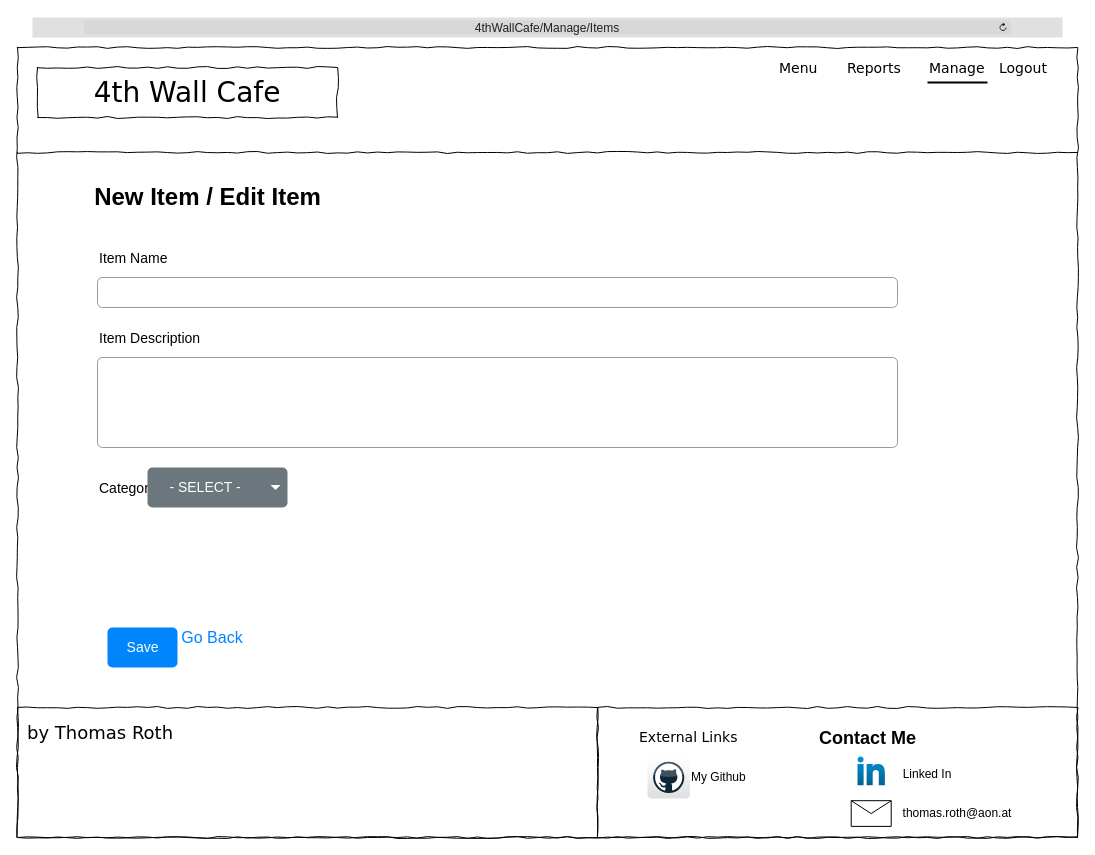
Earlier version of the draw.io diagram WF_Manage_Items_Create.drawio (TRed91/4thWallCafe). Source tidied: cells renumbered, new cells numbered last; positions are measured from the earlier drawing's top-left corner, leaving out a move shared by most shapes. Both pictures are drawn from the tidied source at 100%, with x=0, y=0 at pixel (17, 17).
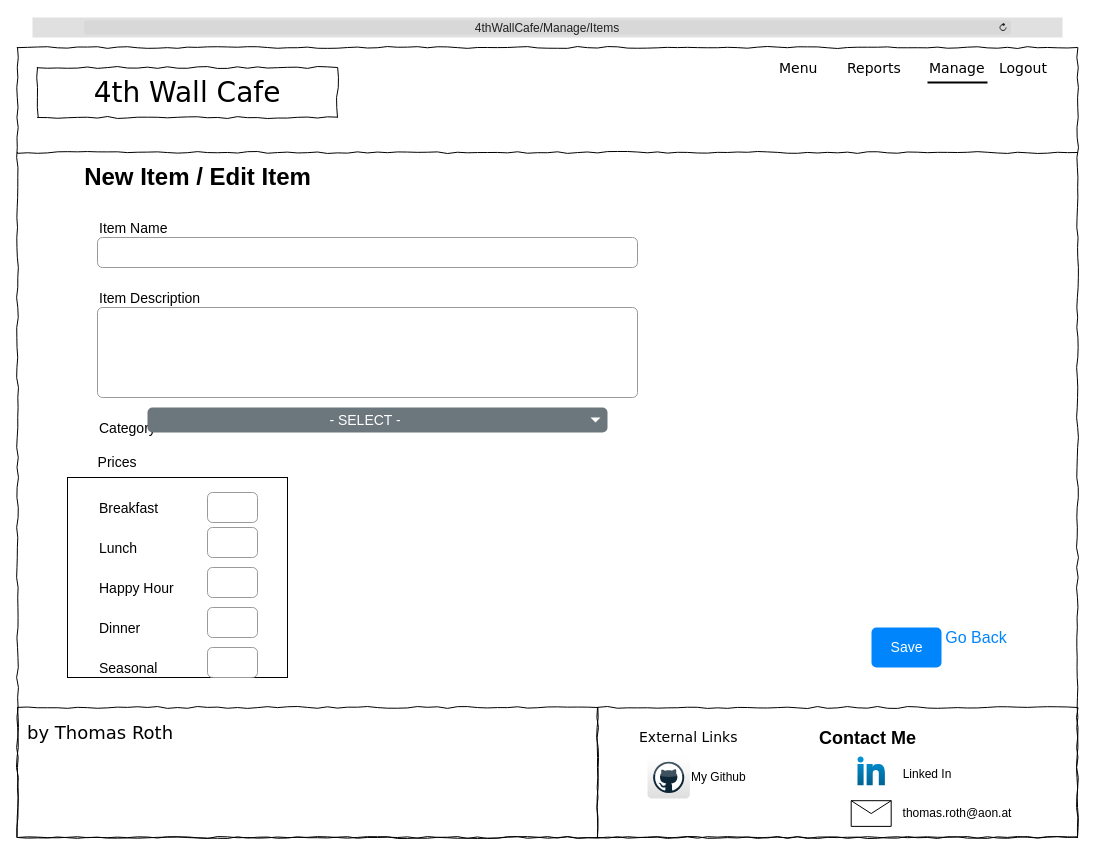
The same diagram, later.

The edit, as a diff of the source:
```diff
@@
     <mxCell id="21" value="Item Name" style="fillColor=none;strokeColor=none;align=left;fontSize=14;" parent="1" vertex="1">
       <mxGeometry width="260" height="40" relative="1" as="geometry">
-        <mxPoint x="80" y="220" as="offset" />
+        <mxPoint x="80" y="190" as="offset" />
       </mxGeometry>
     </mxCell>
     <mxCell id="22" style="html=1;shadow=0;dashed=0;shape=mxgraph.bootstrap.rrect;rSize=5;fillColor=none;strokeColor=#999999;align=left;spacing=15;fontSize=14;fontColor=#6C767D;" parent="1" vertex="1">
-      <mxGeometry width="800" height="30" relative="1" as="geometry">
-        <mxPoint x="80" y="260" as="offset" />
+      <mxGeometry width="540" height="30" relative="1" as="geometry">
+        <mxPoint x="80" y="220" as="offset" />
       </mxGeometry>
     </mxCell>
     <mxCell id="23" value="Save" style="html=1;shadow=0;dashed=0;shape=mxgraph.bootstrap.rrect;rSize=5;fillColor=#0085FC;strokeColor=none;align=center;fontSize=14;fontColor=#FFFFFF;" parent="1" vertex="1">
       <mxGeometry width="70" height="40" relative="1" as="geometry">
-        <mxPoint x="90" y="610" as="offset" />
+        <mxPoint x="854" y="610" as="offset" />
       </mxGeometry>
     </mxCell>
     <mxCell id="24" value="New Item / Edit Item" style="text;strokeColor=none;fillColor=none;html=1;fontSize=24;fontStyle=1;verticalAlign=middle;align=center;" parent="1" vertex="1">
-      <mxGeometry x="140" y="160" width="100" height="40" as="geometry" />
+      <mxGeometry x="130" y="140" width="100" height="40" as="geometry" />
     </mxCell>
     <mxCell id="25" value="Item Description" style="fillColor=none;strokeColor=none;align=left;fontSize=14;" parent="1" vertex="1">
       <mxGeometry width="260" height="40" relative="1" as="geometry">
-        <mxPoint x="80" y="300" as="offset" />
+        <mxPoint x="80" y="260" as="offset" />
       </mxGeometry>
     </mxCell>
     <mxCell id="26" style="html=1;shadow=0;dashed=0;shape=mxgraph.bootstrap.rrect;rSize=5;fillColor=none;strokeColor=#999999;align=left;spacing=15;fontSize=14;fontColor=#6C767D;" parent="1" vertex="1">
-      <mxGeometry width="800" height="90" relative="1" as="geometry">
-        <mxPoint x="80" y="340" as="offset" />
+      <mxGeometry width="540" height="90" relative="1" as="geometry">
+        <mxPoint x="80" y="290" as="offset" />
       </mxGeometry>
     </mxCell>
     <mxCell id="27" value="Category" style="fillColor=none;strokeColor=none;align=left;fontSize=14;" parent="1" vertex="1">
       <mxGeometry width="260" height="40" relative="1" as="geometry">
-        <mxPoint x="80" y="450" as="offset" />
+        <mxPoint x="80" y="390" as="offset" />
       </mxGeometry>
     </mxCell>
     <mxCell id="28" value="Go Back" style="html=1;shadow=0;dashed=0;shape=mxgraph.bootstrap.rrect;rSize=5;strokeColor=none;strokeWidth=1;fillColor=none;fontColor=#0085FC;whiteSpace=wrap;align=center;verticalAlign=middle;spacingLeft=0;fontStyle=0;fontSize=16;spacing=5;" parent="1" vertex="1">
-      <mxGeometry x="150" y="600" width="90" height="40" as="geometry" />
+      <mxGeometry x="913.7" y="600" width="90" height="40" as="geometry" />
     </mxCell>
     <mxCell id="29" value="- SELECT -&amp;nbsp;" style="html=1;shadow=0;dashed=0;shape=mxgraph.bootstrap.rrect;rSize=5;strokeColor=none;strokeWidth=1;fillColor=#6C767D;fontColor=#ffffff;whiteSpace=wrap;align=center;verticalAlign=middle;fontStyle=0;fontSize=14;spacingRight=20;" parent="1" vertex="1">
-      <mxGeometry x="130" y="450" width="140" height="40" as="geometry" />
+      <mxGeometry x="130" y="390" width="460" height="25" as="geometry" />
     </mxCell>
@@
+    <mxCell id="31" value="&lt;font style=&quot;font-size: 14px;&quot;&gt;Prices&lt;/font&gt;" style="text;html=1;align=center;verticalAlign=middle;whiteSpace=wrap;rounded=0;" parent="1" vertex="1">
+      <mxGeometry x="70" y="430" width="60" height="30" as="geometry" />
+    </mxCell>
+    <mxCell id="32" style="rounded=0;whiteSpace=wrap;html=1;fillColor=none;" parent="1" vertex="1">
+      <mxGeometry x="50" y="460" width="220" height="200" as="geometry" />
+    </mxCell>
+    <mxCell id="33" value="Breakfast" style="fillColor=none;strokeColor=none;align=left;fontSize=14;" parent="1" vertex="1">
+      <mxGeometry width="260" height="40" relative="1" as="geometry">
+        <mxPoint x="80" y="470" as="offset" />
+      </mxGeometry>
+    </mxCell>
+    <mxCell id="34" style="html=1;shadow=0;dashed=0;shape=mxgraph.bootstrap.rrect;rSize=5;fillColor=none;strokeColor=#999999;align=left;spacing=15;fontSize=14;fontColor=#6C767D;" parent="1" vertex="1">
+      <mxGeometry width="50" height="30" relative="1" as="geometry">
+        <mxPoint x="190" y="475" as="offset" />
+      </mxGeometry>
+    </mxCell>
+    <mxCell id="35" value="Lunch" style="fillColor=none;strokeColor=none;align=left;fontSize=14;" parent="1" vertex="1">
+      <mxGeometry width="260" height="40" relative="1" as="geometry">
+        <mxPoint x="80" y="510" as="offset" />
+      </mxGeometry>
+    </mxCell>
+    <mxCell id="36" style="html=1;shadow=0;dashed=0;shape=mxgraph.bootstrap.rrect;rSize=5;fillColor=none;strokeColor=#999999;align=left;spacing=15;fontSize=14;fontColor=#6C767D;" parent="1" vertex="1">
+      <mxGeometry width="50" height="30" relative="1" as="geometry">
+        <mxPoint x="190" y="510" as="offset" />
+      </mxGeometry>
+    </mxCell>
+    <mxCell id="37" value="Happy Hour" style="fillColor=none;strokeColor=none;align=left;fontSize=14;" parent="1" vertex="1">
+      <mxGeometry width="260" height="40" relative="1" as="geometry">
+        <mxPoint x="80" y="550" as="offset" />
+      </mxGeometry>
+    </mxCell>
+    <mxCell id="38" style="html=1;shadow=0;dashed=0;shape=mxgraph.bootstrap.rrect;rSize=5;fillColor=none;strokeColor=#999999;align=left;spacing=15;fontSize=14;fontColor=#6C767D;" parent="1" vertex="1">
+      <mxGeometry width="50" height="30" relative="1" as="geometry">
+        <mxPoint x="190" y="550" as="offset" />
+      </mxGeometry>
+    </mxCell>
+    <mxCell id="39" value="Dinner" style="fillColor=none;strokeColor=none;align=left;fontSize=14;" parent="1" vertex="1">
+      <mxGeometry width="260" height="40" relative="1" as="geometry">
+        <mxPoint x="80" y="590" as="offset" />
+      </mxGeometry>
+    </mxCell>
+    <mxCell id="40" style="html=1;shadow=0;dashed=0;shape=mxgraph.bootstrap.rrect;rSize=5;fillColor=none;strokeColor=#999999;align=left;spacing=15;fontSize=14;fontColor=#6C767D;" parent="1" vertex="1">
+      <mxGeometry width="50" height="30" relative="1" as="geometry">
+        <mxPoint x="190" y="590" as="offset" />
+      </mxGeometry>
+    </mxCell>
+    <mxCell id="41" value="Seasonal" style="fillColor=none;strokeColor=none;align=left;fontSize=14;" parent="1" vertex="1">
+      <mxGeometry width="260" height="40" relative="1" as="geometry">
+        <mxPoint x="80" y="630" as="offset" />
+      </mxGeometry>
+    </mxCell>
+    <mxCell id="42" style="html=1;shadow=0;dashed=0;shape=mxgraph.bootstrap.rrect;rSize=5;fillColor=none;strokeColor=#999999;align=left;spacing=15;fontSize=14;fontColor=#6C767D;" parent="1" vertex="1">
+      <mxGeometry width="50" height="30" relative="1" as="geometry">
+        <mxPoint x="190" y="630" as="offset" />
+      </mxGeometry>
+    </mxCell>
```
